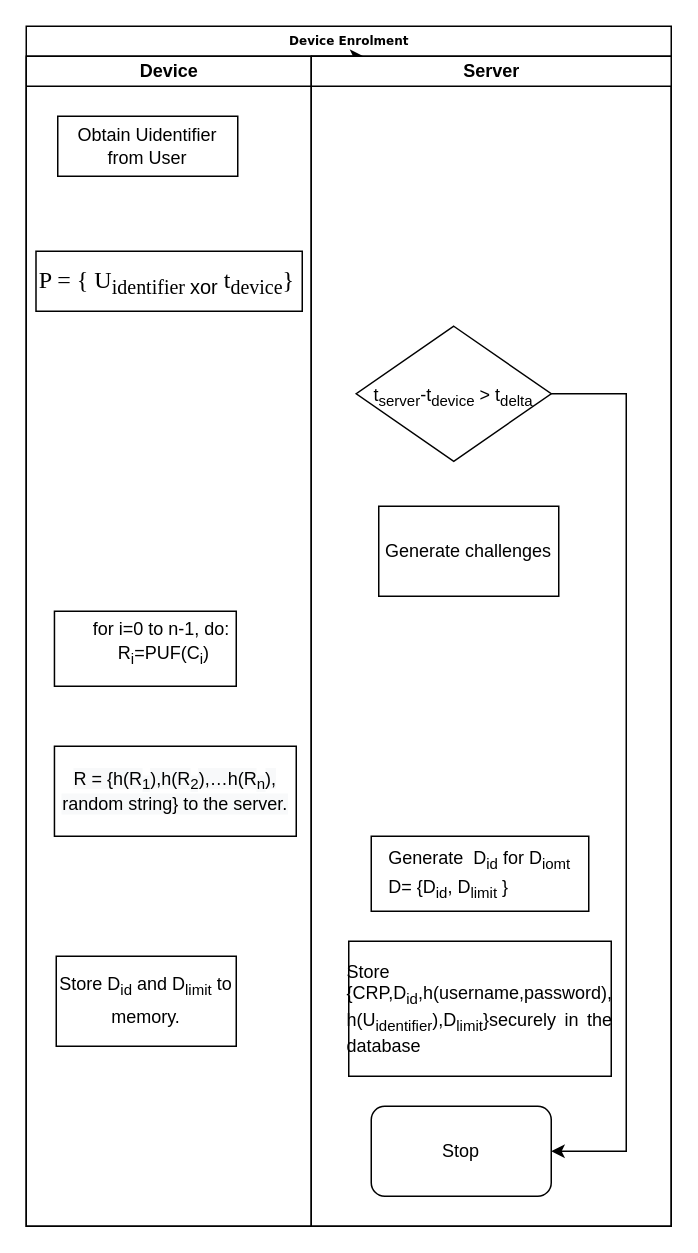
Earlier version of the draw.io diagram Device_Enrolment.drawio (vivinkrishnan/drawio). Source tidied: cells renumbered, new cells numbered last; positions are measured from the earlier drawing's top-left corner, leaving out a move shared by most shapes. Both pictures are drawn from the tidied source at 150%, with x=0, y=0 at pixel (26, 26).
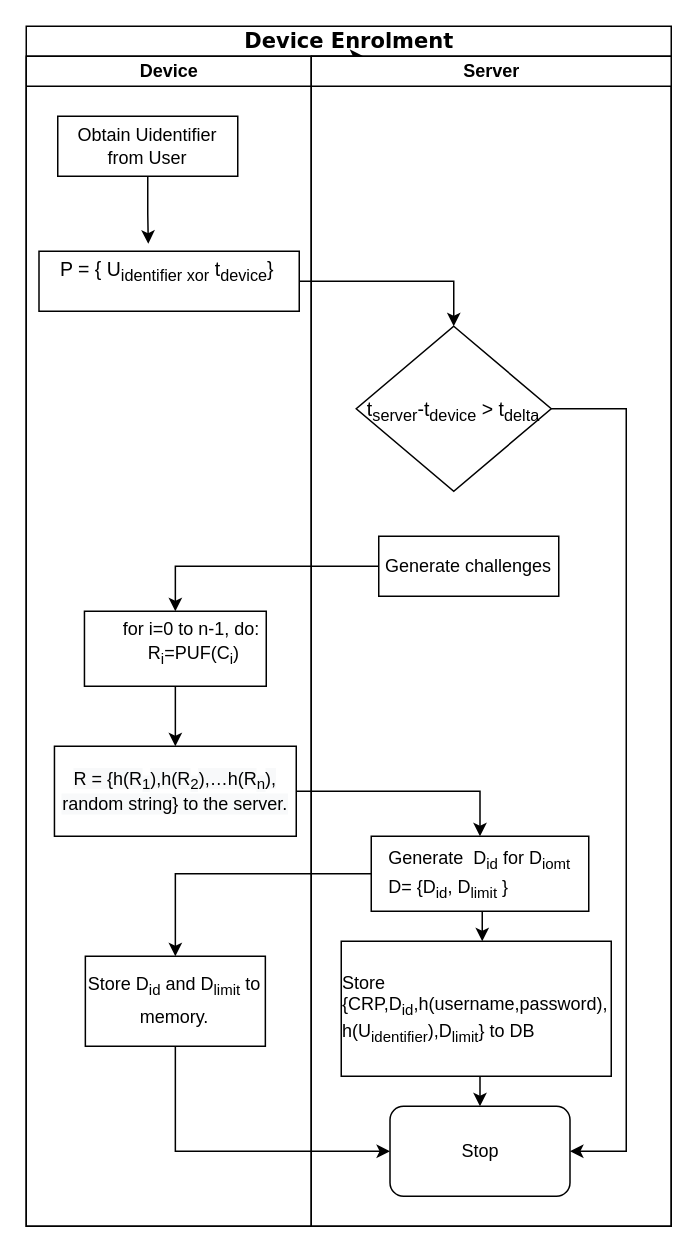
Above is the later version.

Unchanged cells that the change refers to:
```xml
<mxCell id="4" value="Device" style="swimlane;html=1;startSize=20;" parent="2" vertex="1">
  <mxGeometry y="20" width="190" height="780" as="geometry" />
</mxCell>
<mxCell id="5" value="Obtain Uidentifier from User" style="rounded=0;whiteSpace=wrap;html=1;" parent="4" vertex="1">
  <mxGeometry x="21" y="40" width="120" height="40" as="geometry" />
</mxCell>
<mxCell id="9" value="&lt;span style=&quot;color: rgb(0 , 0 , 0) ; font-size: 12px ; font-style: normal ; font-weight: 400 ; letter-spacing: normal ; text-align: left ; text-indent: 0px ; text-transform: none ; word-spacing: 0px ; background-color: rgb(248 , 249 , 250) ; display: inline ; float: none&quot;&gt;R = {h(R&lt;/span&gt;&lt;sub style=&quot;color: rgb(0 , 0 , 0) ; font-style: normal ; font-weight: 400 ; letter-spacing: normal ; text-align: left ; text-indent: 0px ; text-transform: none ; word-spacing: 0px ; background-color: rgb(248 , 249 , 250)&quot;&gt;1&lt;/sub&gt;&lt;span style=&quot;color: rgb(0 , 0 , 0) ; font-size: 12px ; font-style: normal ; font-weight: 400 ; letter-spacing: normal ; text-align: left ; text-indent: 0px ; text-transform: none ; word-spacing: 0px ; background-color: rgb(248 , 249 , 250) ; display: inline ; float: none&quot;&gt;),h(R&lt;/span&gt;&lt;sub style=&quot;color: rgb(0 , 0 , 0) ; font-style: normal ; font-weight: 400 ; letter-spacing: normal ; text-align: left ; text-indent: 0px ; text-transform: none ; word-spacing: 0px ; background-color: rgb(248 , 249 , 250)&quot;&gt;2&lt;/sub&gt;&lt;span style=&quot;color: rgb(0 , 0 , 0) ; font-size: 12px ; font-style: normal ; font-weight: 400 ; letter-spacing: normal ; text-align: left ; text-indent: 0px ; text-transform: none ; word-spacing: 0px ; background-color: rgb(248 , 249 , 250) ; display: inline ; float: none&quot;&gt;),…h(R&lt;/span&gt;&lt;sub style=&quot;color: rgb(0 , 0 , 0) ; font-style: normal ; font-weight: 400 ; letter-spacing: normal ; text-align: left ; text-indent: 0px ; text-transform: none ; word-spacing: 0px ; background-color: rgb(248 , 249 , 250)&quot;&gt;n&lt;/sub&gt;&lt;span style=&quot;color: rgb(0 , 0 , 0) ; font-size: 12px ; font-style: normal ; font-weight: 400 ; letter-spacing: normal ; text-align: left ; text-indent: 0px ; text-transform: none ; word-spacing: 0px ; background-color: rgb(248 , 249 , 250) ; display: inline ; float: none&quot;&gt;), random string} to the server.&lt;/span&gt;" style="rounded=0;whiteSpace=wrap;html=1;" parent="4" vertex="1">
  <mxGeometry x="18.8" y="460" width="161.2" height="60" as="geometry" />
</mxCell>
<mxCell id="10" value="Server" style="swimlane;html=1;startSize=20;" parent="2" vertex="1">
  <mxGeometry x="190" y="20" width="240" height="780" as="geometry" />
</mxCell>
<mxCell id="14" value="&lt;p class=&quot;MsoNormal&quot; align=&quot;left&quot; style=&quot;margin: 0cm ; text-align: left ; text-indent: 0cm ; font-size: 10pt&quot;&gt;&lt;span style=&quot;font-size: 9pt&quot;&gt;Generate&amp;nbsp; D&lt;sub&gt;id&lt;/sub&gt; for D&lt;sub&gt;iomt&lt;/sub&gt;&lt;/span&gt;&lt;/p&gt;&lt;p class=&quot;MsoNormal&quot; align=&quot;left&quot; style=&quot;margin: 0cm ; text-align: left ; text-indent: 0cm ; font-size: 10pt&quot;&gt;&lt;span style=&quot;font-size: 9pt&quot;&gt;D= {D&lt;sub&gt;id&lt;/sub&gt;, D&lt;sub&gt;limit&lt;/sub&gt; }&amp;nbsp;&lt;/span&gt;&lt;/p&gt;" style="rounded=0;whiteSpace=wrap;html=1;" parent="10" vertex="1">
  <mxGeometry x="40" y="520" width="145" height="50" as="geometry" />
</mxCell>
```

Diff of the diagram source:
```diff
@@
-    <mxCell id="2" value="Device Enrolment" style="swimlane;html=1;startSize=20;rounded=0;shadow=0;labelBackgroundColor=none;strokeWidth=1;fontFamily=Verdana;fontSize=8;align=center;" parent="1" vertex="1">
+    <mxCell id="2" value="&lt;font style=&quot;font-size: 14px&quot;&gt;Device Enrolment&lt;/font&gt;" style="swimlane;html=1;startSize=20;rounded=0;shadow=0;labelBackgroundColor=none;strokeWidth=1;fontFamily=Verdana;fontSize=8;align=center;" parent="1" vertex="1">
       <mxGeometry width="430" height="800" as="geometry" />
     </mxCell>
@@
+    <mxCell id="17" style="edgeStyle=orthogonalEdgeStyle;rounded=0;jettySize=auto;html=1;exitX=0.5;exitY=1;exitDx=0;exitDy=0;entryX=0.42;entryY=-0.125;entryDx=0;entryDy=0;entryPerimeter=0;" parent="4" edge="1" source="5" target="6">
+      <mxGeometry relative="1" as="geometry" />
+    </mxCell>
@@
-    <mxCell id="6" value="&lt;p class=&quot;MsoNormal&quot; style=&quot;margin: 0cm ; text-indent: 0cm ; font-family: &amp;#34;times&amp;#34;&quot;&gt;&lt;font style=&quot;font-size: 14px&quot;&gt;&lt;br&gt;&lt;/font&gt;&lt;/p&gt;&lt;p class=&quot;MsoNormal&quot; style=&quot;margin: 0cm ; text-indent: 0cm&quot;&gt;&lt;font size=&quot;3&quot;&gt;&lt;font face=&quot;times&quot;&gt;P = { U&lt;/font&gt;&lt;sub&gt;&lt;font face=&quot;times&quot;&gt;identifier &lt;/font&gt;&lt;font face=&quot;symbol&quot;&gt;xor&lt;/font&gt;&lt;/sub&gt;&lt;span lang=&quot;EN-US&quot; style=&quot;font-family: &amp;#34;times&amp;#34;&quot;&gt;&amp;nbsp;&lt;/span&gt;&lt;/font&gt;&lt;span style=&quot;font-family: &amp;#34;times&amp;#34;&quot;&gt;&lt;font size=&quot;3&quot;&gt;t&lt;sub&gt;device&lt;/sub&gt;}&amp;nbsp;&lt;br&gt;&lt;/font&gt;&lt;br&gt;&lt;/span&gt;&lt;/p&gt;" style="rounded=0;whiteSpace=wrap;html=1;fontSize=13;" parent="4" vertex="1">
-      <mxGeometry x="6.5" y="130" width="177.5" height="40" as="geometry" />
+    <mxCell id="6" value="&lt;p class=&quot;MsoNormal&quot; style=&quot;margin: 0cm ; text-indent: 0cm ; font-family: &amp;#34;times&amp;#34;&quot;&gt;&lt;font style=&quot;font-size: 14px&quot;&gt;&lt;br&gt;&lt;/font&gt;&lt;/p&gt;&lt;p class=&quot;MsoNormal&quot; style=&quot;margin: 0cm ; text-indent: 0cm&quot;&gt;&lt;div style=&quot;text-align: left&quot;&gt;&lt;font style=&quot;font-size: 13px&quot;&gt;&lt;font style=&quot;text-indent: 0cm&quot;&gt;P = { U&lt;sub&gt;identifier xor&lt;/sub&gt;&lt;span lang=&quot;EN-US&quot;&gt;&amp;nbsp;&lt;/span&gt;&lt;/font&gt;&lt;font style=&quot;text-indent: 0cm&quot;&gt;t&lt;sub&gt;device&lt;/sub&gt;}&amp;nbsp;&lt;/font&gt;&lt;/font&gt;&lt;/div&gt;&lt;div style=&quot;text-align: left&quot;&gt;&lt;br&gt;&lt;/div&gt;&lt;/p&gt;" style="rounded=0;whiteSpace=wrap;html=1;fontSize=13;" parent="4" vertex="1">
+      <mxGeometry x="8.5" y="130" width="173.5" height="40" as="geometry" />
     </mxCell>
+    <mxCell id="18" style="edgeStyle=orthogonalEdgeStyle;rounded=0;jettySize=auto;html=1;exitX=0.5;exitY=1;exitDx=0;exitDy=0;entryX=0.5;entryY=0;entryDx=0;entryDy=0;" parent="4" edge="1" source="7" target="9">
+      <mxGeometry relative="1" as="geometry" />
+    </mxCell>
     <mxCell id="7" value="&lt;p class=&quot;MsoNormal&quot; align=&quot;left&quot; style=&quot;margin: 6pt 0cm ; text-align: left ; text-indent: 0cm ; font-size: 10pt ; font-family: &amp;#34;times&amp;#34;&quot;&gt;&lt;br&gt;&lt;/p&gt;&lt;p class=&quot;MsoNormal&quot; align=&quot;left&quot; style=&quot;margin: 6pt 0cm 6pt 11.35pt ; text-align: left ; text-indent: 0cm ; font-size: 10pt&quot;&gt;&lt;span style=&quot;font-size: 9pt&quot;&gt;&amp;nbsp; for i=0 to n-1, do:&lt;br&gt;&amp;nbsp;&amp;nbsp;&amp;nbsp;&amp;nbsp;&amp;nbsp;&amp;nbsp; R&lt;sub&gt;i&lt;/sub&gt;=PUF(C&lt;sub&gt;i&lt;/sub&gt;)&lt;br&gt;&lt;br&gt;&lt;/span&gt;&lt;/p&gt;&lt;p class=&quot;MsoNormal&quot; align=&quot;left&quot; style=&quot;margin: 0cm ; text-align: left ; text-indent: 0cm ; font-size: 10pt ; font-family: &amp;#34;times&amp;#34;&quot;&gt;&lt;br&gt;&lt;/p&gt;" style="rounded=0;whiteSpace=wrap;html=1;" parent="4" vertex="1">
-      <mxGeometry x="18.8" y="370" width="121.2" height="50" as="geometry" />
+      <mxGeometry x="38.8" y="370" width="121.2" height="50" as="geometry" />
     </mxCell>
     <mxCell id="8" value="&lt;span style=&quot;font-size: 9pt&quot;&gt;Store D&lt;sub&gt;id&lt;/sub&gt; and D&lt;sub&gt;limit&lt;/sub&gt; to memory.&lt;/span&gt;&lt;span style=&quot;font-size: medium&quot;&gt;&lt;/span&gt;" style="rounded=0;whiteSpace=wrap;html=1;" parent="4" vertex="1">
-      <mxGeometry x="20" y="600" width="120" height="60" as="geometry" />
+      <mxGeometry x="39.4" y="600" width="120" height="60" as="geometry" />
     </mxCell>
@@
     <mxCell id="11" style="edgeStyle=orthogonalEdgeStyle;rounded=0;jettySize=auto;html=1;entryX=1;entryY=0.5;entryDx=0;entryDy=0;" parent="10" edge="1" source="12" target="15">
       <mxGeometry relative="1" as="geometry">
         <Array as="points">
-          <mxPoint x="210" y="225" />
+          <mxPoint x="210" y="235" />
           <mxPoint x="210" y="730" />
         </Array>
       </mxGeometry>
     </mxCell>
-    <mxCell id="12" value="&lt;font style=&quot;font-size: 12px&quot;&gt;t&lt;sub&gt;server&lt;/sub&gt;-t&lt;sub&gt;device&lt;/sub&gt; &amp;gt; t&lt;sub&gt;delta&lt;/sub&gt;&lt;/font&gt;&lt;span style=&quot;font-size: medium&quot;&gt;&lt;/span&gt;" style="rhombus;whiteSpace=wrap;html=1;" parent="10" vertex="1">
-      <mxGeometry x="30" y="180" width="130" height="90" as="geometry" />
+    <mxCell id="12" value="&lt;font style=&quot;font-size: 13px&quot;&gt;t&lt;sub&gt;server&lt;/sub&gt;-t&lt;sub&gt;device&lt;/sub&gt; &amp;gt; t&lt;sub&gt;delta&lt;/sub&gt;&lt;/font&gt;&lt;span style=&quot;font-size: medium&quot;&gt;&lt;/span&gt;" style="rhombus;whiteSpace=wrap;html=1;" parent="10" vertex="1">
+      <mxGeometry x="30" y="180" width="130" height="110" as="geometry" />
     </mxCell>
     <mxCell id="13" value="Generate challenges" style="rounded=0;whiteSpace=wrap;html=1;" parent="10" vertex="1">
-      <mxGeometry x="45" y="300" width="120" height="60" as="geometry" />
+      <mxGeometry x="45" y="320" width="120" height="40" as="geometry" />
     </mxCell>
+    <mxCell id="19" style="edgeStyle=orthogonalEdgeStyle;rounded=0;orthogonalLoop=1;jettySize=auto;html=1;exitX=0.5;exitY=1;exitDx=0;exitDy=0;entryX=0.5;entryY=0;entryDx=0;entryDy=0;" parent="10" edge="1">
+      <mxGeometry relative="1" as="geometry">
+        <mxPoint x="116.5" y="570" as="sourcePoint" />
+        <mxPoint x="114" y="590" as="targetPoint" />
+      </mxGeometry>
+    </mxCell>
@@
     <mxCell id="15" value="Stop" style="rounded=1;whiteSpace=wrap;html=1;" parent="10" vertex="1">
-      <mxGeometry x="40" y="700" width="120" height="60" as="geometry" />
+      <mxGeometry x="52.5" y="700" width="120" height="60" as="geometry" />
     </mxCell>
+    <mxCell id="20" style="edgeStyle=orthogonalEdgeStyle;rounded=0;jettySize=auto;html=1;exitX=0.5;exitY=1;exitDx=0;exitDy=0;entryX=0.5;entryY=0;entryDx=0;entryDy=0;" parent="10" edge="1" source="16" target="15">
+      <mxGeometry relative="1" as="geometry" />
+    </mxCell>
-    <mxCell id="16" value="&lt;div style=&quot;text-align: justify&quot;&gt;&lt;span style=&quot;font-size: 9pt&quot;&gt;Store {CRP,D&lt;/span&gt;&lt;sub&gt;id&lt;/sub&gt;&lt;span style=&quot;font-size: 9pt&quot;&gt;,h(username,password), h(U&lt;/span&gt;&lt;sub&gt;identifier&lt;/sub&gt;&lt;span style=&quot;font-size: 9pt&quot;&gt;),D&lt;/span&gt;&lt;sub&gt;limit&lt;/sub&gt;&lt;span style=&quot;font-size: 9pt&quot;&gt;}securely in the database&lt;/span&gt;&lt;/div&gt;&lt;span style=&quot;font-size: medium&quot;&gt;&lt;/span&gt;" style="rounded=0;whiteSpace=wrap;html=1;" parent="10" vertex="1">
-      <mxGeometry x="25" y="590" width="175" height="90" as="geometry" />
+    <mxCell id="16" value="&lt;div style=&quot;text-align: left&quot;&gt;&lt;span style=&quot;font-size: 9pt&quot;&gt;Store {CRP,D&lt;/span&gt;&lt;sub&gt;id&lt;/sub&gt;&lt;span style=&quot;font-size: 9pt&quot;&gt;,h(username,password), h(U&lt;/span&gt;&lt;sub&gt;identifier&lt;/sub&gt;&lt;span style=&quot;font-size: 9pt&quot;&gt;),D&lt;/span&gt;&lt;sub&gt;limit&lt;/sub&gt;&lt;span style=&quot;font-size: 9pt&quot;&gt;} to DB&lt;/span&gt;&lt;/div&gt;&lt;span style=&quot;font-size: medium&quot;&gt;&lt;div style=&quot;text-align: justify&quot;&gt;&lt;/div&gt;&lt;/span&gt;" style="rounded=0;whiteSpace=wrap;html=1;align=center;" parent="10" vertex="1">
+      <mxGeometry x="20" y="590" width="180" height="90" as="geometry" />
     </mxCell>
+    <mxCell id="21" style="edgeStyle=orthogonalEdgeStyle;rounded=0;jettySize=auto;html=1;entryX=0.5;entryY=0;entryDx=0;entryDy=0;" parent="2" edge="1" source="6" target="12">
+      <mxGeometry relative="1" as="geometry" />
+    </mxCell>
+    <mxCell id="22" style="edgeStyle=orthogonalEdgeStyle;rounded=0;jettySize=auto;html=1;" parent="2" edge="1" source="13" target="7">
+      <mxGeometry relative="1" as="geometry" />
+    </mxCell>
+    <mxCell id="23" style="edgeStyle=orthogonalEdgeStyle;rounded=0;jettySize=auto;html=1;exitX=1;exitY=0.5;exitDx=0;exitDy=0;entryX=0.5;entryY=0;entryDx=0;entryDy=0;" parent="2" edge="1" source="9" target="14">
+      <mxGeometry relative="1" as="geometry" />
+    </mxCell>
+    <mxCell id="24" style="edgeStyle=orthogonalEdgeStyle;rounded=0;jettySize=auto;html=1;entryX=0.5;entryY=0;entryDx=0;entryDy=0;" parent="2" edge="1" source="14" target="8">
+      <mxGeometry relative="1" as="geometry" />
+    </mxCell>
+    <mxCell id="25" style="edgeStyle=orthogonalEdgeStyle;rounded=0;jettySize=auto;html=1;exitX=0.5;exitY=1;exitDx=0;exitDy=0;entryX=0;entryY=0.5;entryDx=0;entryDy=0;" parent="2" edge="1" source="8" target="15">
+      <mxGeometry relative="1" as="geometry" />
+    </mxCell>
```
